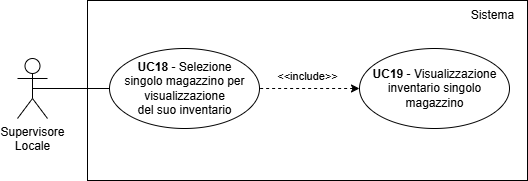
Earlier version of the draw.io export documents/rtb/assets/UC18.png (teamcodealchemists/docs). Source tidied: cells renumbered, new cells last; positions are measured from the earlier drawing's top-left corner, leaving out a move shared by most shapes.
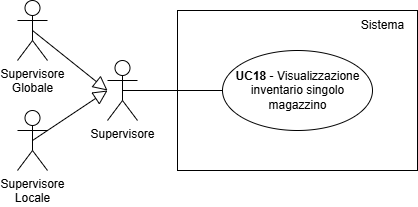
The same file after the commit.

Diff of the diagram source:
```diff
@@ -1,38 +1,40 @@
 <mxGraphModel>
   <root>
-    <mxCell id="0" />
-    <mxCell id="1" parent="0" />
+    <mxCell id="12" />
+    <mxCell id="13" parent="12" />
+    <mxCell id="14" style="rounded=0;whiteSpace=wrap;html=1;" parent="13" vertex="1">
+      <mxGeometry x="230" y="120" width="240" height="160" as="geometry" />
+    </mxCell>
+    <mxCell id="11" value="Sistema" style="text;html=1;align=center;verticalAlign=middle;strokeColor=none;fillColor=none;" parent="13" vertex="1">
+      <mxGeometry x="400" y="120" width="70" height="30" as="geometry" />
+    </mxCell>
+    <mxCell id="15" style="ellipse;whiteSpace=wrap;html=1;fontStyle=1;" parent="13" vertex="1">
+      <mxGeometry x="275" y="160" width="150" height="80" as="geometry" />
+    </mxCell>
+    <mxCell id="16" value="&lt;b&gt;UC18&amp;nbsp;&lt;/b&gt;- Visualizzazione&lt;div&gt;inventario&amp;nbsp;&lt;span style=&quot;background-color: transparent; color: light-dark(rgb(0, 0, 0), rgb(255, 255, 255));&quot;&gt;singolo&lt;/span&gt;&lt;/div&gt;&lt;div&gt;&lt;span style=&quot;background-color: transparent; color: light-dark(rgb(0, 0, 0), rgb(255, 255, 255));&quot;&gt;magazzino&lt;/span&gt;&lt;/div&gt;" style="text;html=1;align=center;verticalAlign=middle;strokeColor=none;fillColor=none;" parent="13" vertex="1">
+      <mxGeometry x="275" y="170" width="150" height="60" as="geometry" />
+    </mxCell>
+    <mxCell id="17" style="endArrow=none;html=1;rounded=0;entryX=0;entryY=0.5;entryDx=0;entryDy=0;exitX=0.5;exitY=0.5;exitDx=0;exitDy=0;exitPerimeter=0;" parent="13" edge="1" source="18" target="15">
+      <mxGeometry relative="1" as="geometry" />
+    </mxCell>
+    <mxCell id="18" value="Supervisore" style="shape=umlActor;verticalLabelPosition=bottom;verticalAlign=top;html=1;outlineConnect=0;" parent="13" vertex="1">
+      <mxGeometry x="160" y="170" width="30" height="60" as="geometry" />
+    </mxCell>
+    <mxCell id="19" value="Supervisore&lt;div&gt;Globale&lt;/div&gt;" style="shape=umlActor;verticalLabelPosition=bottom;verticalAlign=top;html=1;outlineConnect=0;" parent="13" vertex="1">
+      <mxGeometry x="70" y="110" width="30" height="60" as="geometry" />
+    </mxCell>
-    <mxCell id="2" value="Supervisore&lt;div&gt;Locale&lt;/div&gt;" style="shape=umlActor;verticalLabelPosition=bottom;verticalAlign=top;html=1;outlineConnect=0;" parent="1" vertex="1">
-      <mxGeometry y="58" width="30" height="60" as="geometry" />
+    <mxCell id="2" value="Supervisore&lt;div&gt;Locale&lt;/div&gt;" style="shape=umlActor;verticalLabelPosition=bottom;verticalAlign=top;html=1;outlineConnect=0;" parent="13" vertex="1">
+      <mxGeometry x="70" y="220" width="30" height="60" as="geometry" />
     </mxCell>
-    <mxCell id="3" style="rounded=0;whiteSpace=wrap;html=1;" parent="1" vertex="1">
-      <mxGeometry x="70" width="440" height="180" as="geometry" />
-    </mxCell>
-    <mxCell id="4" style="ellipse;whiteSpace=wrap;html=1;fontStyle=1;" parent="1" vertex="1">
-      <mxGeometry x="92" y="48" width="150" height="80" as="geometry" />
-    </mxCell>
-    <mxCell id="5" value="&lt;b&gt;UC18&amp;nbsp;&lt;/b&gt;- Selezione&lt;div&gt;singolo&amp;nbsp;&lt;span style=&quot;background-color: transparent; color: light-dark(rgb(0, 0, 0), rgb(255, 255, 255));&quot;&gt;magazzino per&lt;/span&gt;&lt;div&gt;visualizzazione&lt;/div&gt;&lt;div&gt;&lt;span style=&quot;background-color: transparent; color: light-dark(rgb(0, 0, 0), rgb(255, 255, 255));&quot;&gt;del suo inventario&lt;/span&gt;&lt;/div&gt;&lt;/div&gt;" style="text;html=1;align=center;verticalAlign=middle;strokeColor=none;fillColor=none;" parent="1" vertex="1">
-      <mxGeometry x="97" y="53" width="140" height="70" as="geometry" />
-    </mxCell>
-    <mxCell id="6" style="endArrow=none;html=1;rounded=0;entryX=0;entryY=0.5;entryDx=0;entryDy=0;exitX=0.5;exitY=0.5;exitDx=0;exitDy=0;exitPerimeter=0;" parent="1" edge="1" source="2" target="4">
-      <mxGeometry relative="1" as="geometry" />
-    </mxCell>
-    <mxCell id="7" style="edgeStyle=orthogonalEdgeStyle;rounded=0;jettySize=auto;html=1;entryX=1;entryY=0.5;entryDx=0;entryDy=0;dashed=1;startArrow=classic;startFill=1;endArrow=none;" parent="1" edge="1" source="9" target="4">
-      <mxGeometry relative="1" as="geometry" />
-    </mxCell>
-    <mxCell id="8" value="&amp;lt;&amp;lt;include&amp;gt;&amp;gt;" style="edgeLabel;html=1;align=center;verticalAlign=middle;" parent="7" vertex="1">
-      <mxGeometry x="-0.17" y="-3" relative="1" as="geometry">
-        <mxPoint x="-11" y="-9" as="offset" />
-      </mxGeometry>
-    </mxCell>
-    <mxCell id="9" style="ellipse;whiteSpace=wrap;html=1;fontStyle=1;" parent="1" vertex="1">
-      <mxGeometry x="342" y="48" width="150" height="80" as="geometry" />
-    </mxCell>
-    <mxCell id="10" value="&lt;b&gt;UC19&amp;nbsp;&lt;/b&gt;- Visualizzazione&lt;div&gt;inventario&amp;nbsp;&lt;span style=&quot;background-color: transparent; color: light-dark(rgb(0, 0, 0), rgb(255, 255, 255));&quot;&gt;singolo&lt;/span&gt;&lt;/div&gt;&lt;div&gt;&lt;span style=&quot;background-color: transparent; color: light-dark(rgb(0, 0, 0), rgb(255, 255, 255));&quot;&gt;magazzino&lt;/span&gt;&lt;/div&gt;" style="text;html=1;align=center;verticalAlign=middle;strokeColor=none;fillColor=none;" parent="1" vertex="1">
-      <mxGeometry x="342" y="58" width="150" height="60" as="geometry" />
-    </mxCell>
-    <mxCell id="11" value="Sistema" style="text;html=1;align=center;verticalAlign=middle;strokeColor=none;fillColor=none;" parent="1" vertex="1">
-      <mxGeometry x="440" width="70" height="30" as="geometry" />
-    </mxCell>
+    <mxCell id="20" style="endArrow=block;html=1;rounded=0;exitX=0.5;exitY=0.5;exitDx=0;exitDy=0;exitPerimeter=0;endFill=0;endSize=12;" parent="13" edge="1" source="19">
+      <mxGeometry relative="1" as="geometry">
+        <mxPoint x="160" y="200" as="targetPoint" />
+      </mxGeometry>
+    </mxCell>
+    <mxCell id="21" style="endArrow=block;html=1;rounded=0;exitX=0.5;exitY=0.5;exitDx=0;exitDy=0;exitPerimeter=0;endFill=0;endSize=12;" parent="13" edge="1" source="2">
+      <mxGeometry relative="1" as="geometry">
+        <mxPoint x="160" y="200" as="targetPoint" />
+      </mxGeometry>
+    </mxCell>
   </root>
 </mxGraphModel>
```
